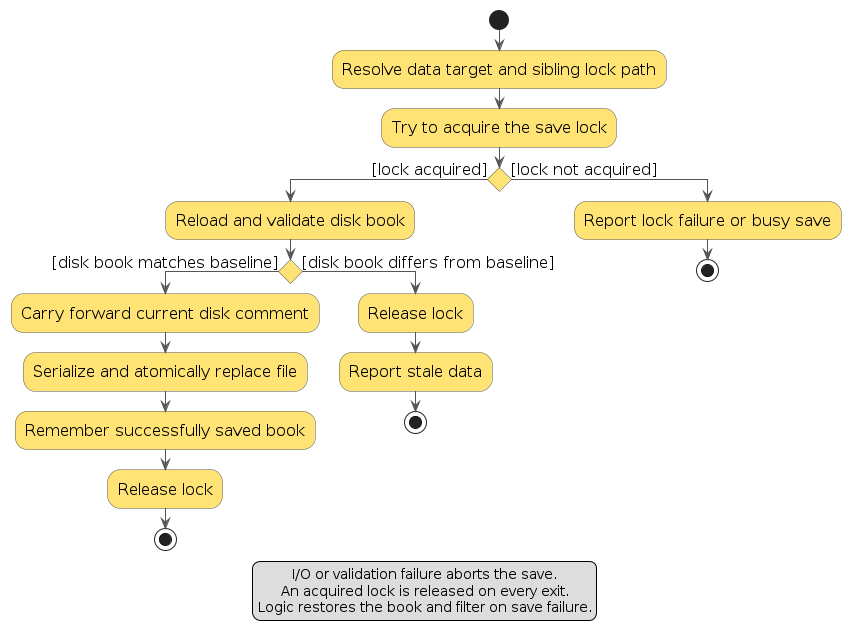
AY2627S1-CS2103T-T16-1/tp keeps this PlantUML diagram as diagrams/StaleWindowSave.png. Above is the earlier version. Its source is kept beside it as diagrams/StaleWindowSave.puml.
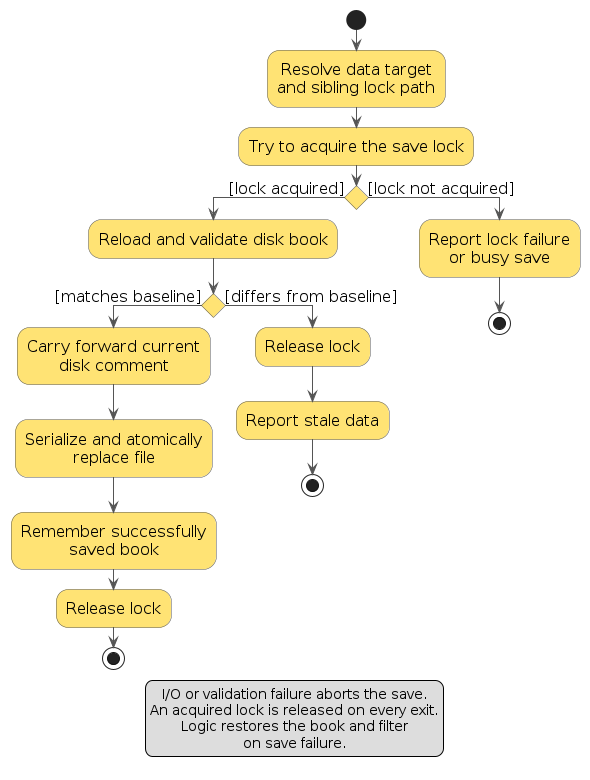
Above is the later version.

Diff of the diagram source:
```diff
@@ -8,29 +8,30 @@
 skinparam conditionStyle InsideDiamond
 
 start
-:Resolve data target and sibling lock path;
+:Resolve data target\nand sibling lock path;
 :Try to acquire the save lock;
 if () then ([lock acquired])
   :Reload and validate disk book;
-  if () then ([disk book matches baseline])
-    :Carry forward current disk comment;
-    :Serialize and atomically replace file;
-    :Remember successfully saved book;
+  if () then ([matches baseline])
+    :Carry forward current\ndisk comment;
+    :Serialize and atomically\nreplace file;
+    :Remember successfully\nsaved book;
     :Release lock;
     stop
-  else ([disk book differs from baseline])
+  else ([differs from baseline])
     :Release lock;
     :Report stale data;
     stop
   endif
 else ([lock not acquired])
-  :Report lock failure or busy save;
+  :Report lock failure\nor busy save;
   stop
 endif
 
 legend bottom
   I/O or validation failure aborts the save.
   An acquired lock is released on every exit.
-  Logic restores the book and filter on save failure.
+  Logic restores the book and filter
+  on save failure.
 endlegend
 @enduml
```
